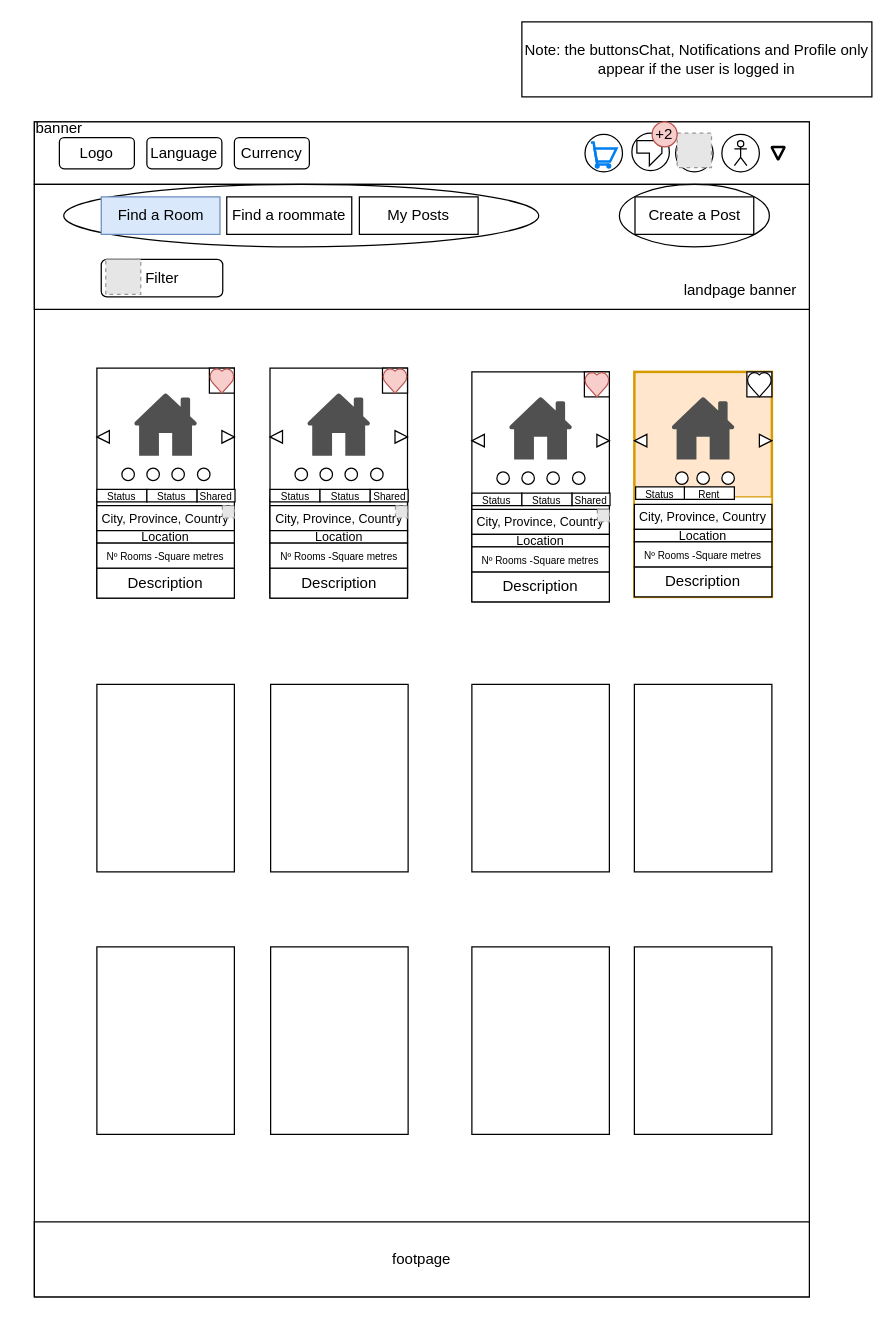
Above: CroquisWeb/DrawIO/Landpage (logged in).drawio in sofwarebakery/CroquisWeb (draw.io), before the change. Source tidied: cells renumbered, new cells numbered last; positions are measured from the earlier drawing's top-left corner, leaving out a move shared by most shapes. Both pictures are drawn from the tidied source at 125%, with x=0, y=0 at pixel (21, 21). Pictures stored in the file or linked from it are replaced by grey dashed boxes.
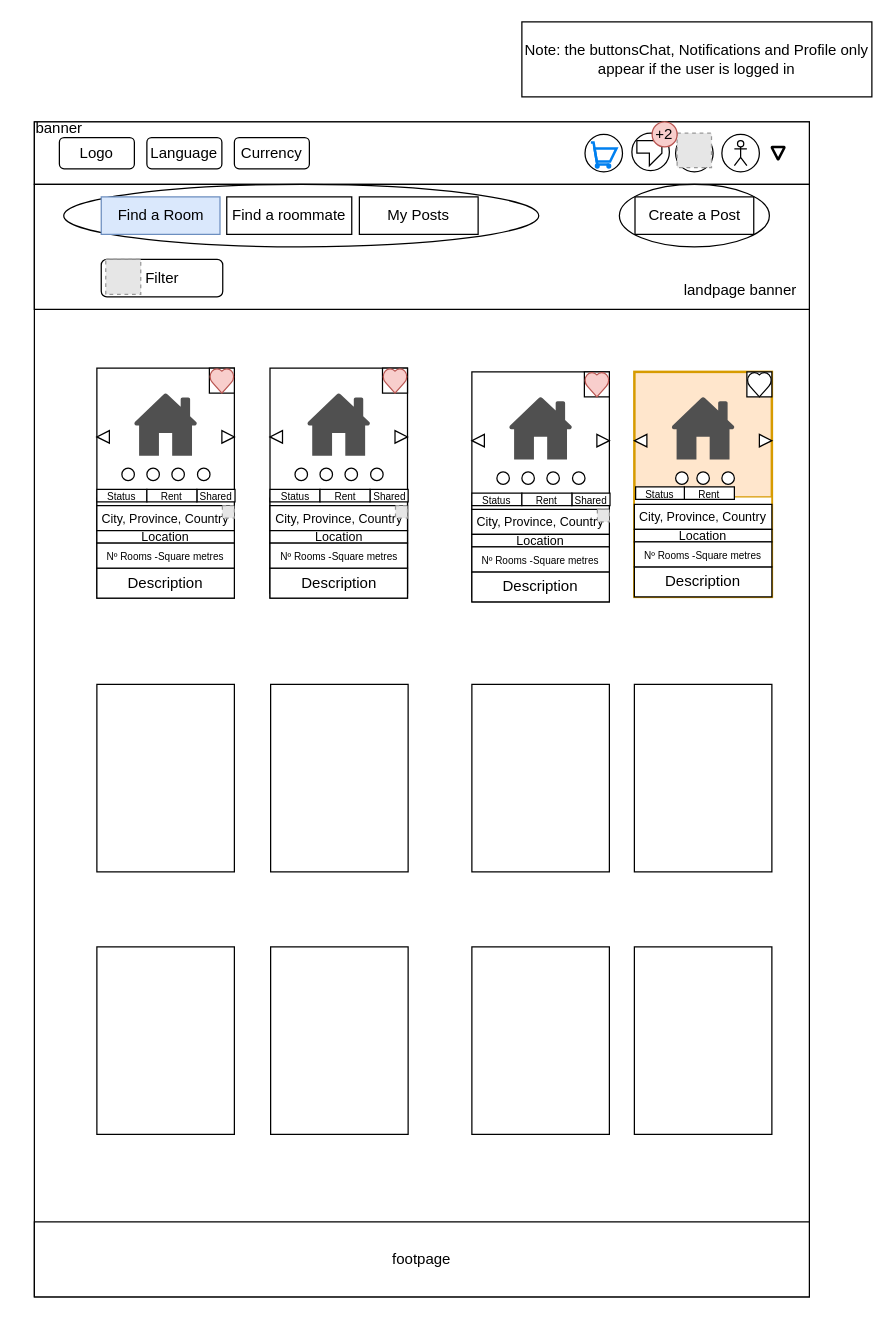
The same diagram, later.

The edit, as a diff of the source:
```diff
@@
-    <mxCell id="58" value="&lt;font style=&quot;font-size: 8px;&quot;&gt;Status&lt;/font&gt;" style="rounded=0;whiteSpace=wrap;html=1;" parent="1" vertex="1">
+    <mxCell id="58" value="&lt;font style=&quot;font-size: 8px;&quot;&gt;Rent&lt;/font&gt;" style="rounded=0;whiteSpace=wrap;html=1;" parent="1" vertex="1">
       <mxGeometry x="400" y="377" width="40" height="10" as="geometry" />
     </mxCell>
@@
-    <mxCell id="78" value="&lt;font style=&quot;font-size: 8px;&quot;&gt;Status&lt;/font&gt;" style="rounded=0;whiteSpace=wrap;html=1;" parent="1" vertex="1">
+    <mxCell id="78" value="&lt;font style=&quot;font-size: 8px;&quot;&gt;Rent&lt;/font&gt;" style="rounded=0;whiteSpace=wrap;html=1;" parent="1" vertex="1">
       <mxGeometry x="238.5" y="374" width="40" height="10" as="geometry" />
     </mxCell>
@@
-    <mxCell id="97" value="&lt;font style=&quot;font-size: 8px;&quot;&gt;Status&lt;/font&gt;" style="rounded=0;whiteSpace=wrap;html=1;" parent="1" vertex="1">
+    <mxCell id="97" value="&lt;font style=&quot;font-size: 8px;&quot;&gt;Rent&lt;/font&gt;" style="rounded=0;whiteSpace=wrap;html=1;" parent="1" vertex="1">
       <mxGeometry x="100" y="374" width="40" height="10" as="geometry" />
     </mxCell>
```
